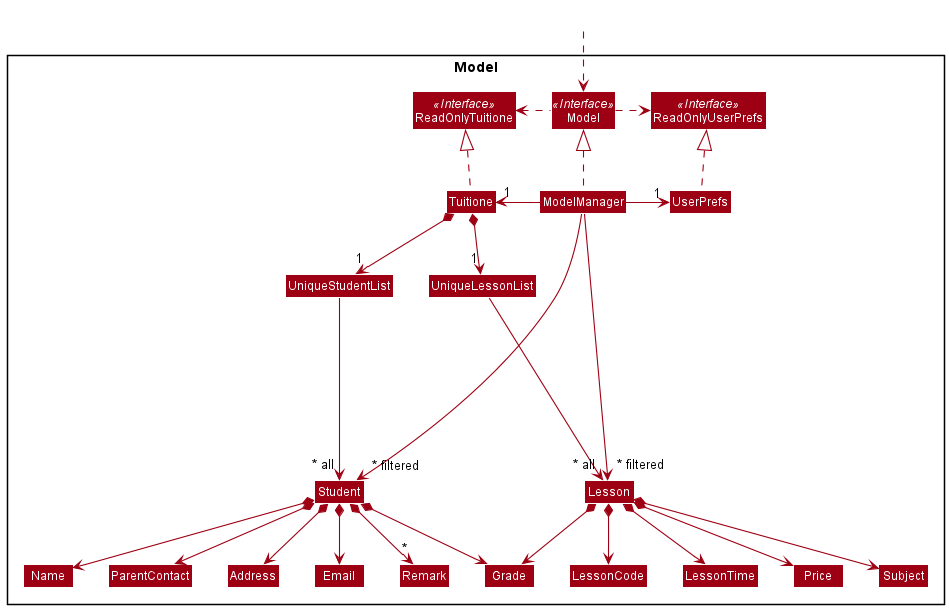
nus-cs2103-AY2122S1/tp keeps this PlantUML diagram as docs/images/ModelClassDiagram.png. Above is the earlier version.
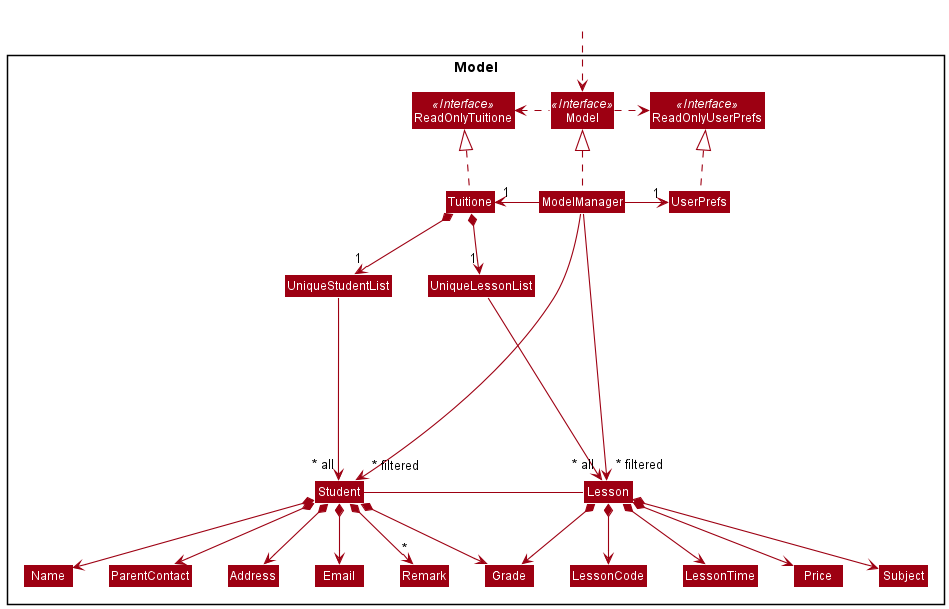
Later version of the same file.

Change to the diagram source:
```diff
@@ -64,6 +64,9 @@
 Lesson *--> Subject
 Lesson *--> Grade
 
+Student - Lesson
+
+
 Name -[hidden]right-> ParentContact
 ParentContact -[hidden]right-> Address
 Address -[hidden]right-> Email
```
